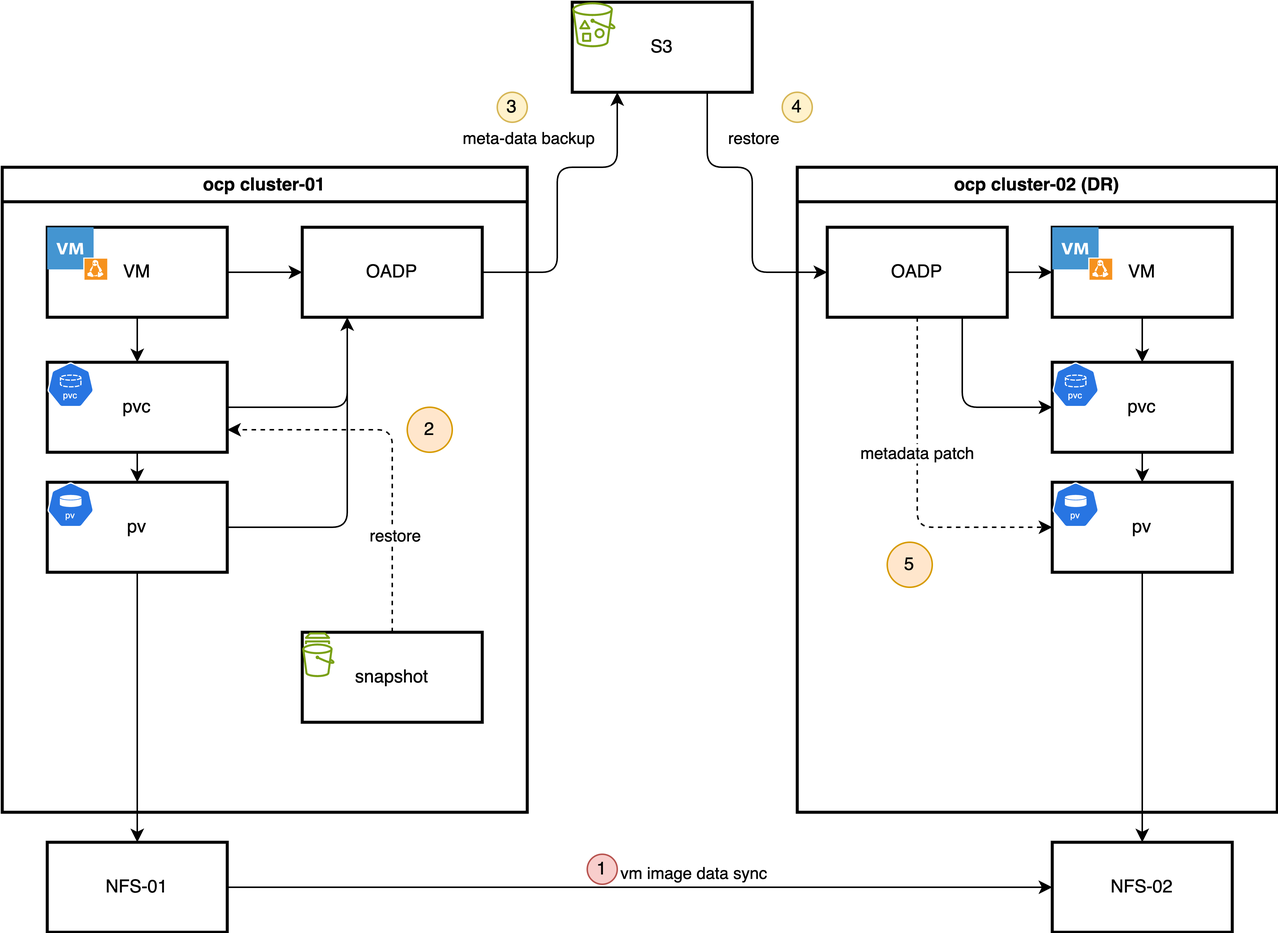
The draw.io diagram redhat/ocp4/4.18/files/ocp-v.dr.oadp.plugin.01.drawio.png in wangzheng422/docker_env, before a commit. Source tidied: cells renumbered, new cells last; positions are measured from the earlier drawing's top-left corner, leaving out a move shared by most shapes. The source it was exported from:
```xml
<mxGraphModel>
  <root>
    <mxCell id="0" />
    <mxCell id="1" parent="0" />
    <mxCell id="2" value="ocp cluster-01" style="swimlane;whiteSpace=wrap;html=1;strokeWidth=2;" parent="1" vertex="1">
      <mxGeometry y="110" width="350" height="430" as="geometry" />
    </mxCell>
    <mxCell id="3" style="group;" parent="2" vertex="1">
      <mxGeometry x="30" y="40" width="120" height="60" as="geometry" />
    </mxCell>
    <mxCell id="4" value="VM" style="rounded=0;whiteSpace=wrap;html=1;strokeWidth=2;" parent="3" vertex="1">
      <mxGeometry width="120" height="60" as="geometry" />
    </mxCell>
    <mxCell id="5" style="shadow=0;dashed=0;html=1;strokeColor=none;fillColor=#4495D1;labelPosition=center;verticalLabelPosition=bottom;verticalAlign=top;align=center;shape=mxgraph.veeam.vm_linux;" parent="3" vertex="1">
      <mxGeometry width="40" height="35" as="geometry" />
    </mxCell>
    <mxCell id="6" style="group;" parent="2" vertex="1">
      <mxGeometry x="30" y="130" width="120" height="60" as="geometry" />
    </mxCell>
    <mxCell id="7" value="pvc" style="rounded=0;whiteSpace=wrap;html=1;strokeWidth=2;" parent="6" vertex="1">
      <mxGeometry width="120" height="60" as="geometry" />
    </mxCell>
    <mxCell id="8" style="sketch=0;html=1;dashed=0;whitespace=wrap;verticalLabelPosition=bottom;verticalAlign=top;fillColor=#2875E2;strokeColor=#ffffff;shape=mxgraph.kubernetes.icon2;kubernetesLabel=1;prIcon=pvc;" parent="6" vertex="1">
      <mxGeometry width="31.2" height="30" as="geometry" />
    </mxCell>
    <mxCell id="9" style="group;" parent="2" vertex="1">
      <mxGeometry x="30" y="210" width="120" height="60" as="geometry" />
    </mxCell>
    <mxCell id="10" value="pv" style="rounded=0;whiteSpace=wrap;html=1;strokeWidth=2;" parent="9" vertex="1">
      <mxGeometry width="120" height="60" as="geometry" />
    </mxCell>
    <mxCell id="11" style="sketch=0;html=1;dashed=0;whitespace=wrap;verticalLabelPosition=bottom;verticalAlign=top;fillColor=#2875E2;strokeColor=#ffffff;shape=mxgraph.kubernetes.icon2;kubernetesLabel=1;prIcon=pv;" parent="9" vertex="1">
      <mxGeometry width="31.2" height="30" as="geometry" />
    </mxCell>
    <mxCell id="12" value="OADP" style="rounded=0;whiteSpace=wrap;html=1;strokeWidth=2;" parent="2" vertex="1">
      <mxGeometry x="200" y="40" width="120" height="60" as="geometry" />
    </mxCell>
    <mxCell id="13" style="edgeStyle=none;html=1;" parent="2" edge="1" source="4" target="7">
      <mxGeometry relative="1" as="geometry" />
    </mxCell>
    <mxCell id="14" style="edgeStyle=none;html=1;" parent="2" edge="1" source="7" target="10">
      <mxGeometry relative="1" as="geometry" />
    </mxCell>
    <mxCell id="15" style="group;" parent="2" vertex="1">
      <mxGeometry x="200" y="310" width="120" height="60" as="geometry" />
    </mxCell>
    <mxCell id="16" value="snapshot" style="rounded=0;whiteSpace=wrap;html=1;strokeWidth=2;" parent="15" vertex="1">
      <mxGeometry width="120" height="60" as="geometry" />
    </mxCell>
    <mxCell id="17" style="sketch=0;fontColor=#232F3E;gradientColor=none;fillColor=#7AA116;strokeColor=none;dashed=0;verticalLabelPosition=bottom;verticalAlign=top;align=center;html=1;fontSize=12;fontStyle=0;shape=mxgraph.aws4.snapshot;" parent="15" vertex="1">
      <mxGeometry width="21.5" height="30" as="geometry" />
    </mxCell>
    <mxCell id="18" style="edgeStyle=orthogonalEdgeStyle;html=1;entryX=0.25;entryY=1;entryDx=0;entryDy=0;" parent="2" edge="1" source="7" target="12">
      <mxGeometry relative="1" as="geometry" />
    </mxCell>
    <mxCell id="19" style="edgeStyle=orthogonalEdgeStyle;html=1;entryX=0.25;entryY=1;entryDx=0;entryDy=0;" parent="2" edge="1" source="10" target="12">
      <mxGeometry relative="1" as="geometry" />
    </mxCell>
    <mxCell id="20" style="edgeStyle=none;html=1;entryX=0;entryY=0.5;entryDx=0;entryDy=0;" parent="2" edge="1" source="4" target="12">
      <mxGeometry relative="1" as="geometry" />
    </mxCell>
    <mxCell id="21" style="edgeStyle=orthogonalEdgeStyle;html=1;entryX=1;entryY=0.75;entryDx=0;entryDy=0;exitX=0.5;exitY=0;exitDx=0;exitDy=0;dashed=1;" parent="2" edge="1" source="16" target="7">
      <mxGeometry relative="1" as="geometry" />
    </mxCell>
    <mxCell id="22" value="restore" style="edgeLabel;html=1;align=center;verticalAlign=middle;" parent="21" vertex="1">
      <mxGeometry x="-0.47" y="-1" relative="1" as="geometry" />
    </mxCell>
    <mxCell id="23" value="2" style="ellipse;whiteSpace=wrap;html=1;fillColor=#ffe6cc;strokeColor=#d79b00;" parent="2" vertex="1">
      <mxGeometry x="270" y="160" width="30" height="30" as="geometry" />
    </mxCell>
    <mxCell id="24" value="ocp cluster-02 (DR)" style="swimlane;whiteSpace=wrap;html=1;strokeWidth=2;" parent="1" vertex="1">
      <mxGeometry x="530" y="110" width="320" height="430" as="geometry" />
    </mxCell>
    <mxCell id="25" style="group;" parent="24" vertex="1">
      <mxGeometry x="170" y="40" width="120" height="60" as="geometry" />
    </mxCell>
    <mxCell id="26" value="VM" style="rounded=0;whiteSpace=wrap;html=1;strokeWidth=2;" parent="25" vertex="1">
      <mxGeometry width="120" height="60" as="geometry" />
    </mxCell>
    <mxCell id="27" style="shadow=0;dashed=0;html=1;strokeColor=none;fillColor=#4495D1;labelPosition=center;verticalLabelPosition=bottom;verticalAlign=top;align=center;shape=mxgraph.veeam.vm_linux;" parent="25" vertex="1">
      <mxGeometry width="40" height="35" as="geometry" />
    </mxCell>
    <mxCell id="28" style="group;" parent="24" vertex="1">
      <mxGeometry x="170" y="130" width="120" height="60" as="geometry" />
    </mxCell>
    <mxCell id="29" value="pvc" style="rounded=0;whiteSpace=wrap;html=1;strokeWidth=2;" parent="28" vertex="1">
      <mxGeometry width="120" height="60" as="geometry" />
    </mxCell>
    <mxCell id="30" style="sketch=0;html=1;dashed=0;whitespace=wrap;verticalLabelPosition=bottom;verticalAlign=top;fillColor=#2875E2;strokeColor=#ffffff;shape=mxgraph.kubernetes.icon2;kubernetesLabel=1;prIcon=pvc;" parent="28" vertex="1">
      <mxGeometry width="31.2" height="30" as="geometry" />
    </mxCell>
    <mxCell id="31" style="group;" parent="24" vertex="1">
      <mxGeometry x="170" y="210" width="120" height="60" as="geometry" />
    </mxCell>
    <mxCell id="32" value="pv" style="rounded=0;whiteSpace=wrap;html=1;strokeWidth=2;" parent="31" vertex="1">
      <mxGeometry width="120" height="60" as="geometry" />
    </mxCell>
    <mxCell id="33" style="sketch=0;html=1;dashed=0;whitespace=wrap;verticalLabelPosition=bottom;verticalAlign=top;fillColor=#2875E2;strokeColor=#ffffff;shape=mxgraph.kubernetes.icon2;kubernetesLabel=1;prIcon=pv;" parent="31" vertex="1">
      <mxGeometry width="31.2" height="30" as="geometry" />
    </mxCell>
    <mxCell id="34" style="edgeStyle=none;html=1;entryX=0;entryY=0.5;entryDx=0;entryDy=0;" parent="24" edge="1" source="38" target="26">
      <mxGeometry relative="1" as="geometry" />
    </mxCell>
    <mxCell id="35" style="edgeStyle=orthogonalEdgeStyle;html=1;entryX=0;entryY=0.5;entryDx=0;entryDy=0;exitX=0.75;exitY=1;exitDx=0;exitDy=0;" parent="24" edge="1" source="38" target="29">
      <mxGeometry relative="1" as="geometry" />
    </mxCell>
    <mxCell id="36" style="edgeStyle=orthogonalEdgeStyle;html=1;entryX=0;entryY=0.5;entryDx=0;entryDy=0;exitX=0.5;exitY=1;exitDx=0;exitDy=0;dashed=1;" parent="24" edge="1" source="38" target="32">
      <mxGeometry relative="1" as="geometry" />
    </mxCell>
    <mxCell id="37" value="metadata patch" style="edgeLabel;html=1;align=center;verticalAlign=middle;" parent="36" vertex="1">
      <mxGeometry x="-0.22" y="-1" relative="1" as="geometry" />
    </mxCell>
    <mxCell id="38" value="OADP" style="rounded=0;whiteSpace=wrap;html=1;strokeWidth=2;" parent="24" vertex="1">
      <mxGeometry x="20" y="40" width="120" height="60" as="geometry" />
    </mxCell>
    <mxCell id="39" style="edgeStyle=none;html=1;" parent="24" edge="1" source="26" target="29">
      <mxGeometry relative="1" as="geometry" />
    </mxCell>
    <mxCell id="40" style="edgeStyle=none;html=1;" parent="24" edge="1" source="29" target="32">
      <mxGeometry relative="1" as="geometry" />
    </mxCell>
    <mxCell id="41" value="5" style="ellipse;whiteSpace=wrap;html=1;fillColor=#ffe6cc;strokeColor=#d79b00;" parent="24" vertex="1">
      <mxGeometry x="60" y="250" width="30" height="30" as="geometry" />
    </mxCell>
    <mxCell id="42" style="edgeStyle=none;html=1;entryX=0;entryY=0.5;entryDx=0;entryDy=0;" parent="1" edge="1" source="44" target="45">
      <mxGeometry relative="1" as="geometry" />
    </mxCell>
    <mxCell id="43" value="vm image data sync" style="edgeLabel;html=1;align=center;verticalAlign=middle;" parent="42" vertex="1">
      <mxGeometry x="0.2" relative="1" as="geometry">
        <mxPoint x="-20" y="-10" as="offset" />
      </mxGeometry>
    </mxCell>
    <mxCell id="44" value="NFS-01" style="rounded=0;whiteSpace=wrap;html=1;strokeWidth=2;" parent="1" vertex="1">
      <mxGeometry x="30" y="560" width="120" height="60" as="geometry" />
    </mxCell>
    <mxCell id="45" value="NFS-02" style="rounded=0;whiteSpace=wrap;html=1;strokeWidth=2;" parent="1" vertex="1">
      <mxGeometry x="700" y="560" width="120" height="60" as="geometry" />
    </mxCell>
    <mxCell id="46" style="group;" parent="1" vertex="1">
      <mxGeometry x="380" width="120" height="60" as="geometry" />
    </mxCell>
    <mxCell id="47" value="S3" style="rounded=0;whiteSpace=wrap;html=1;strokeWidth=2;" parent="46" vertex="1">
      <mxGeometry width="120" height="60" as="geometry" />
    </mxCell>
    <mxCell id="48" style="sketch=0;fontColor=#232F3E;gradientColor=none;fillColor=#7AA116;strokeColor=none;dashed=0;verticalLabelPosition=bottom;verticalAlign=top;align=center;html=1;fontSize=12;fontStyle=0;shape=mxgraph.aws4.bucket_with_objects;" parent="46" vertex="1">
      <mxGeometry width="28.9" height="30" as="geometry" />
    </mxCell>
    <mxCell id="49" style="edgeStyle=none;html=1;" parent="1" edge="1" source="10" target="44">
      <mxGeometry relative="1" as="geometry" />
    </mxCell>
    <mxCell id="50" style="edgeStyle=none;html=1;" parent="1" edge="1" source="32" target="45">
      <mxGeometry relative="1" as="geometry" />
    </mxCell>
    <mxCell id="51" style="edgeStyle=orthogonalEdgeStyle;html=1;entryX=0.25;entryY=1;entryDx=0;entryDy=0;" parent="1" edge="1" source="12" target="47">
      <mxGeometry relative="1" as="geometry">
        <Array as="points">
          <mxPoint x="370" y="180" />
          <mxPoint x="370" y="110" />
          <mxPoint x="410" y="110" />
        </Array>
      </mxGeometry>
    </mxCell>
    <mxCell id="52" value="meta-data backup" style="edgeLabel;html=1;align=center;verticalAlign=middle;" parent="51" vertex="1">
      <mxGeometry x="-0.03" y="-3" relative="1" as="geometry">
        <mxPoint x="-23" y="-38" as="offset" />
      </mxGeometry>
    </mxCell>
    <mxCell id="53" style="edgeStyle=orthogonalEdgeStyle;html=1;entryX=0;entryY=0.5;entryDx=0;entryDy=0;exitX=0.75;exitY=1;exitDx=0;exitDy=0;" parent="1" edge="1" source="47" target="38">
      <mxGeometry relative="1" as="geometry">
        <Array as="points">
          <mxPoint x="470" y="110" />
          <mxPoint x="500" y="110" />
          <mxPoint x="500" y="180" />
        </Array>
      </mxGeometry>
    </mxCell>
    <mxCell id="54" value="restore" style="edgeLabel;html=1;align=center;verticalAlign=middle;" parent="53" vertex="1">
      <mxGeometry x="-0.05" y="3" relative="1" as="geometry">
        <mxPoint x="-3" y="-35" as="offset" />
      </mxGeometry>
    </mxCell>
    <mxCell id="55" value="1" style="ellipse;whiteSpace=wrap;html=1;fillColor=#f8cecc;strokeColor=#b85450;" parent="1" vertex="1">
      <mxGeometry x="390" y="568" width="20" height="20" as="geometry" />
    </mxCell>
    <mxCell id="56" value="3" style="ellipse;whiteSpace=wrap;html=1;fillColor=#fff2cc;strokeColor=#d6b656;" parent="1" vertex="1">
      <mxGeometry x="330" y="60" width="20" height="20" as="geometry" />
    </mxCell>
    <mxCell id="57" value="4" style="ellipse;whiteSpace=wrap;html=1;fillColor=#fff2cc;strokeColor=#d6b656;" parent="1" vertex="1">
      <mxGeometry x="520" y="60" width="20" height="20" as="geometry" />
    </mxCell>
  </root>
</mxGraphModel>
```
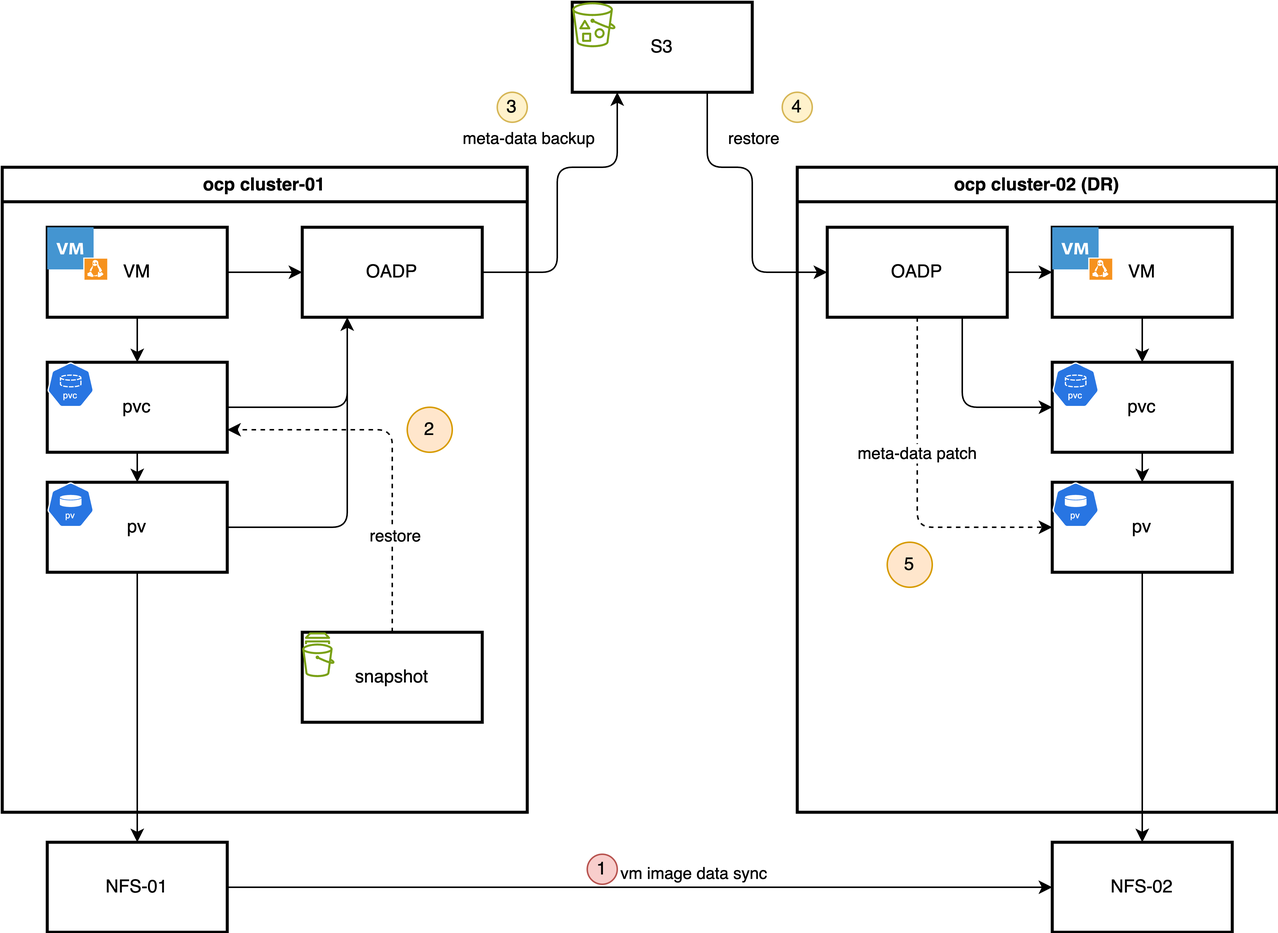
The same diagram one commit later.

The edit, as a diff of the source:
```diff
@@ -107,7 +107,7 @@
     <mxCell id="36" style="edgeStyle=orthogonalEdgeStyle;html=1;entryX=0;entryY=0.5;entryDx=0;entryDy=0;exitX=0.5;exitY=1;exitDx=0;exitDy=0;dashed=1;" parent="24" edge="1" source="38" target="32">
       <mxGeometry relative="1" as="geometry" />
     </mxCell>
-    <mxCell id="37" value="metadata patch" style="edgeLabel;html=1;align=center;verticalAlign=middle;" parent="36" vertex="1">
+    <mxCell id="37" value="meta-data patch" style="edgeLabel;html=1;align=center;verticalAlign=middle;" parent="36" vertex="1">
       <mxGeometry x="-0.22" y="-1" relative="1" as="geometry" />
     </mxCell>
     <mxCell id="38" value="OADP" style="rounded=0;whiteSpace=wrap;html=1;strokeWidth=2;" parent="24" vertex="1">
```
